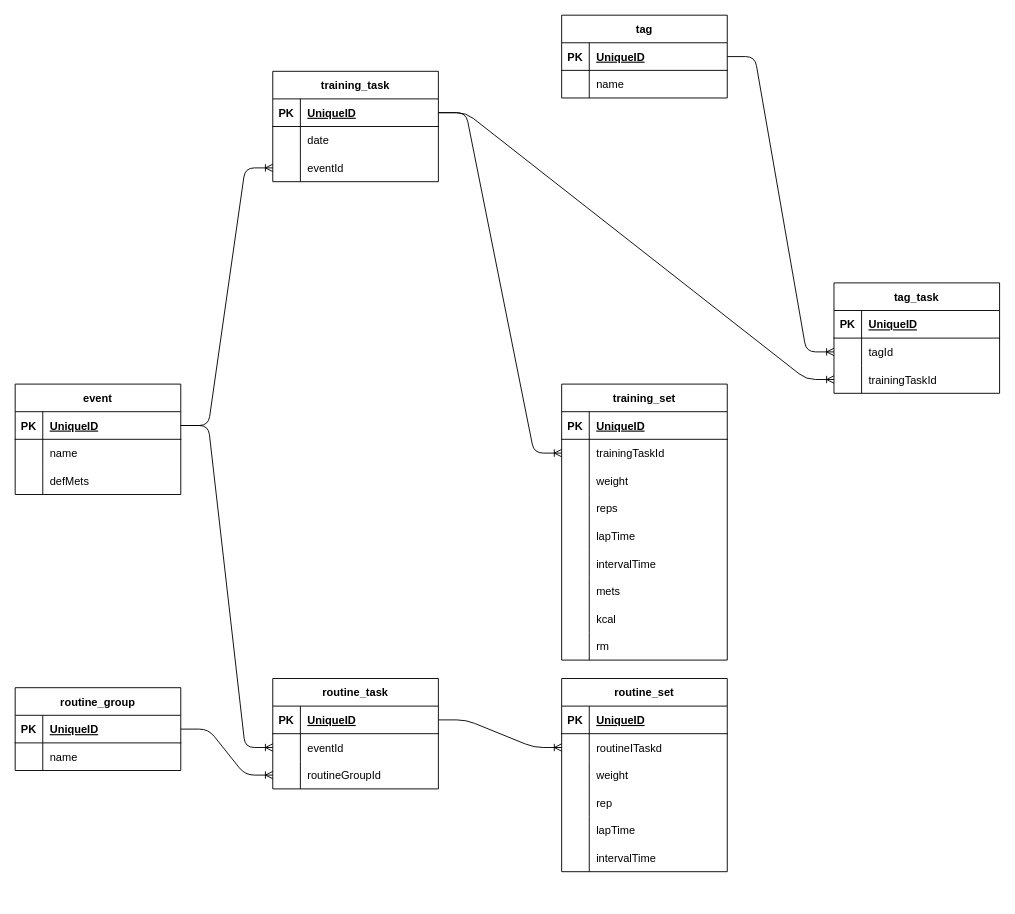
Earlier version of the draw.io diagram doc/db.dio (NaitoFumi/atlas). Source tidied: cells renumbered, new cells numbered last; positions are measured from the earlier drawing's top-left corner, leaving out a move shared by most shapes. Both pictures are drawn from the tidied source at 92%, with x=0, y=0 at pixel (15, 15).
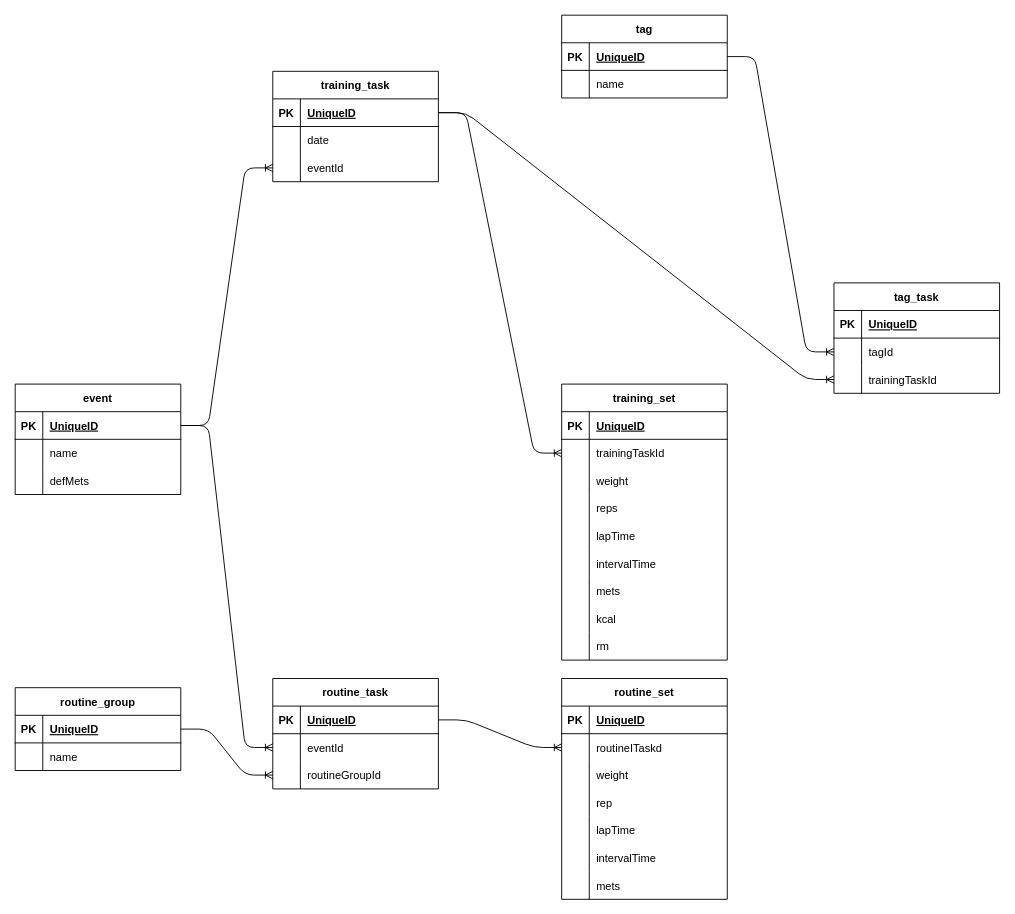
Above is the later version.

Change to the diagram source:
```diff
@@
     <mxCell id="58" value="routine_set" style="shape=table;startSize=30;childLayout=tableLayout;rowLines=0;fontStyle=1;align=center;" parent="1" vertex="1">
-      <mxGeometry x="594" y="721" width="180" height="210" as="geometry" />
+      <mxGeometry x="594" y="721" width="180" height="240" as="geometry" />
     </mxCell>
@@
+    <mxCell id="110" style="shape=tableRow;horizontal=0;startSize=0;swimlaneHead=0;swimlaneBody=0;fillColor=none;top=0;left=0;right=0;bottom=0;" parent="58" vertex="1">
+      <mxGeometry y="210" width="180" height="30" as="geometry" />
+    </mxCell>
+    <mxCell id="111" style="shape=partialRectangle;fillColor=none;top=0;left=0;bottom=0;right=0;overflow=hidden;" parent="110" vertex="1">
+      <mxGeometry width="30" height="30" as="geometry" />
+    </mxCell>
+    <mxCell id="112" value="mets" style="shape=partialRectangle;fillColor=none;top=0;left=0;bottom=0;right=0;align=left;spacingLeft=6;overflow=hidden;" parent="110" vertex="1">
+      <mxGeometry x="30" width="150" height="30" as="geometry" />
+    </mxCell>
```
